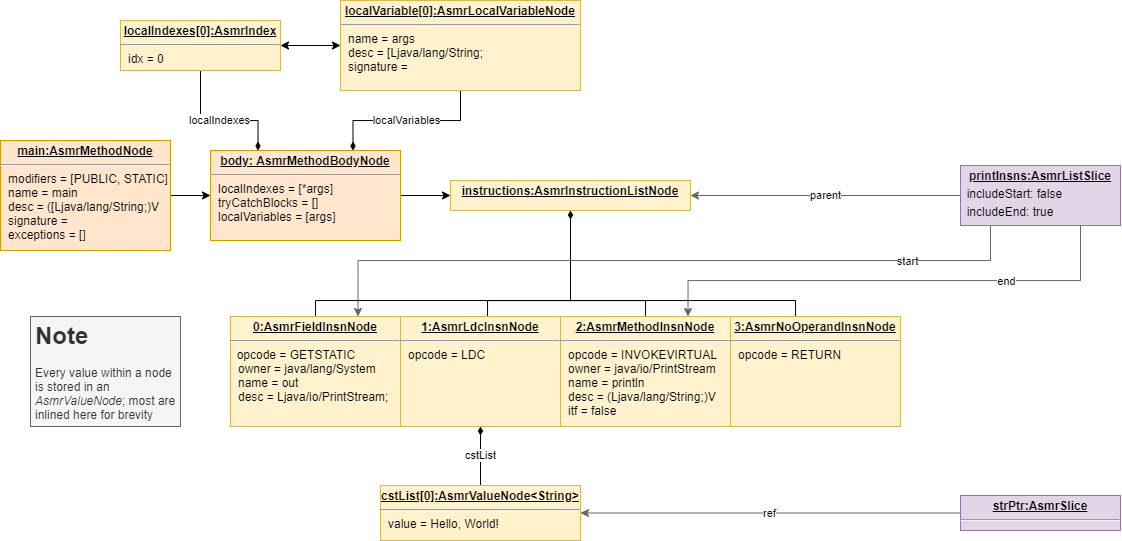
QuiltMC/rfcs keeps this draw.io diagram as rfc/0014-assets/asmr_object_diagram.png. Above is the earlier version. Source tidied: cells renumbered, new cells last; positions are measured from the earlier drawing's top-left corner, leaving out a move shared by most shapes.
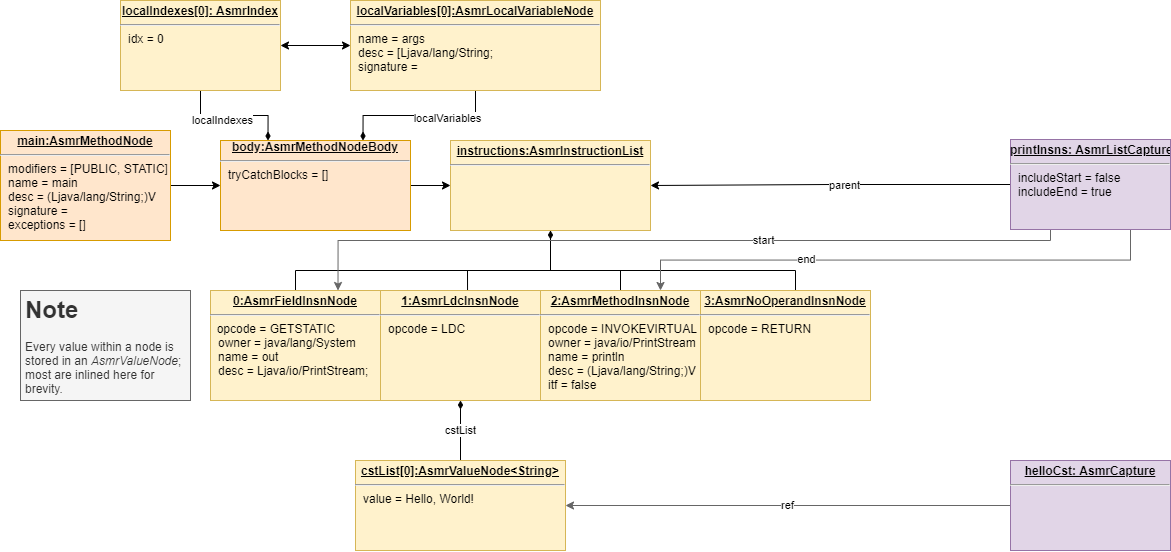
The same file after the commit.

The edit, as a diff of the source:
```diff
@@ -2,129 +2,134 @@
   <root>
     <mxCell id="0" />
     <mxCell id="1" parent="0" />
-    <mxCell id="2" style="edgeStyle=orthogonalEdgeStyle;rounded=0;jettySize=auto;html=1;entryX=0;entryY=0.5;entryDx=0;entryDy=0;" parent="1" edge="1" source="3">
-      <mxGeometry relative="1" as="geometry">
-        <mxPoint x="210" y="195" as="targetPoint" />
-      </mxGeometry>
+    <mxCell id="2" style="edgeStyle=orthogonalEdgeStyle;rounded=0;jettySize=auto;html=1;entryX=0;entryY=0.5;entryDx=0;entryDy=0;" parent="1" edge="1" source="3" target="33">
+      <mxGeometry relative="1" as="geometry" />
     </mxCell>
-    <mxCell id="3" value="&lt;p style=&quot;margin: 0px ; margin-top: 4px ; text-align: center ; text-decoration: underline&quot;&gt;&lt;b&gt;main:AsmrMethodNode&lt;/b&gt;&lt;/p&gt;&lt;hr&gt;&lt;p style=&quot;margin: 0px ; margin-left: 8px&quot;&gt;modifiers = [PUBLIC, STATIC]&lt;br&gt;name = main&lt;br&gt;desc = ([Ljava/lang/String;)V&lt;/p&gt;&lt;p style=&quot;margin: 0px ; margin-left: 8px&quot;&gt;signature =&lt;/p&gt;&lt;p style=&quot;margin: 0px ; margin-left: 8px&quot;&gt;exceptions = []&lt;/p&gt;" style="verticalAlign=top;align=left;overflow=fill;fontSize=12;fontFamily=Helvetica;html=1;fillColor=#ffe6cc;strokeColor=#d79b00;" parent="1" vertex="1">
+    <mxCell id="3" value="&lt;p style=&quot;margin: 0px ; margin-top: 4px ; text-align: center ; text-decoration: underline&quot;&gt;&lt;b&gt;main:AsmrMethodNode&lt;/b&gt;&lt;/p&gt;&lt;hr&gt;&lt;p style=&quot;margin: 0px ; margin-left: 8px&quot;&gt;modifiers = [PUBLIC, STATIC]&lt;br&gt;name = main&lt;br&gt;desc = (Ljava/lang/String;)V&lt;/p&gt;&lt;p style=&quot;margin: 0px ; margin-left: 8px&quot;&gt;signature =&lt;/p&gt;&lt;p style=&quot;margin: 0px ; margin-left: 8px&quot;&gt;exceptions = []&lt;/p&gt;" style="verticalAlign=top;align=left;overflow=fill;fontSize=12;fontFamily=Helvetica;html=1;fillColor=#ffe6cc;strokeColor=#d79b00;" parent="1" vertex="1">
       <mxGeometry y="140" width="170" height="110" as="geometry" />
     </mxCell>
-    <mxCell id="4" style="edgeStyle=orthogonalEdgeStyle;rounded=0;jettySize=auto;html=1;entryX=0;entryY=0.5;entryDx=0;entryDy=0;exitX=1;exitY=0.5;exitDx=0;exitDy=0;" parent="1" edge="1" source="18" target="9">
-      <mxGeometry relative="1" as="geometry" />
+    <mxCell id="4" style="edgeStyle=orthogonalEdgeStyle;rounded=0;jettySize=auto;html=1;entryX=0;entryY=0.5;entryDx=0;entryDy=0;" parent="1" edge="1" target="9">
+      <mxGeometry relative="1" as="geometry">
+        <mxPoint x="410" y="195" as="sourcePoint" />
+      </mxGeometry>
     </mxCell>
     <mxCell id="5" style="edgeStyle=orthogonalEdgeStyle;rounded=0;jettySize=auto;html=1;entryX=0.5;entryY=0;entryDx=0;entryDy=0;endArrow=none;endFill=0;" parent="1" edge="1" source="9" target="10">
       <mxGeometry relative="1" as="geometry">
         <Array as="points">
-          <mxPoint x="570" y="300" />
-          <mxPoint x="315" y="300" />
+          <mxPoint x="550" y="280" />
+          <mxPoint x="295" y="280" />
         </Array>
       </mxGeometry>
     </mxCell>
     <mxCell id="6" style="edgeStyle=orthogonalEdgeStyle;rounded=0;jettySize=auto;html=1;entryX=0.544;entryY=0;entryDx=0;entryDy=0;entryPerimeter=0;endArrow=none;endFill=0;" parent="1" edge="1" source="9" target="12">
       <mxGeometry relative="1" as="geometry">
         <Array as="points">
-          <mxPoint x="570" y="300" />
-          <mxPoint x="487" y="300" />
+          <mxPoint x="550" y="280" />
+          <mxPoint x="467" y="280" />
         </Array>
       </mxGeometry>
     </mxCell>
     <mxCell id="7" style="edgeStyle=orthogonalEdgeStyle;rounded=0;jettySize=auto;html=1;endArrow=none;endFill=0;" parent="1" edge="1" source="9" target="14">
       <mxGeometry relative="1" as="geometry">
         <Array as="points">
-          <mxPoint x="570" y="300" />
-          <mxPoint x="645" y="300" />
+          <mxPoint x="550" y="280" />
+          <mxPoint x="620" y="280" />
         </Array>
       </mxGeometry>
     </mxCell>
     <mxCell id="8" style="edgeStyle=orthogonalEdgeStyle;rounded=0;jettySize=auto;html=1;endArrow=none;endFill=0;startArrow=diamondThin;startFill=1;" parent="1" edge="1" source="9" target="15">
       <mxGeometry relative="1" as="geometry">
         <Array as="points">
-          <mxPoint x="570" y="300" />
-          <mxPoint x="795" y="300" />
+          <mxPoint x="550" y="280" />
+          <mxPoint x="795" y="280" />
         </Array>
       </mxGeometry>
     </mxCell>
-    <mxCell id="9" value="&lt;p style=&quot;margin: 0px ; margin-top: 4px ; text-align: center ; text-decoration: underline&quot;&gt;&lt;b&gt;instructions:AsmrInstructionListNode&lt;/b&gt;&lt;/p&gt;&lt;p style=&quot;margin: 0px ; margin-left: 8px&quot;&gt;&lt;br&gt;&lt;/p&gt;" style="verticalAlign=top;align=left;overflow=fill;fontSize=12;fontFamily=Helvetica;html=1;fillColor=#fff2cc;strokeColor=#d6b656;" parent="1" vertex="1">
-      <mxGeometry x="450" y="180" width="240" height="30" as="geometry" />
+    <mxCell id="9" value="&lt;p style=&quot;margin: 0px ; margin-top: 4px ; text-align: center ; text-decoration: underline&quot;&gt;&lt;b&gt;instructions:AsmrInstructionList&lt;/b&gt;&lt;/p&gt;&lt;hr&gt;&lt;p style=&quot;margin: 0px ; margin-left: 8px&quot;&gt;&lt;br&gt;&lt;/p&gt;" style="verticalAlign=top;align=left;overflow=fill;fontSize=12;fontFamily=Helvetica;html=1;fillColor=#fff2cc;strokeColor=#d6b656;" parent="1" vertex="1">
+      <mxGeometry x="450" y="150" width="200" height="90" as="geometry" />
     </mxCell>
     <mxCell id="10" value="&lt;p style=&quot;margin: 0px ; margin-top: 4px ; text-align: center ; text-decoration: underline&quot;&gt;&lt;b&gt;0:AsmrFieldInsnNode&lt;/b&gt;&lt;/p&gt;&lt;hr&gt;&amp;nbsp; opcode = GETSTATIC&lt;p style=&quot;margin: 0px ; margin-left: 8px&quot;&gt;owner = java/lang/System&lt;/p&gt;&lt;p style=&quot;margin: 0px ; margin-left: 8px&quot;&gt;name = out&lt;br&gt;desc = Ljava/io/PrintStream;&lt;br&gt;&lt;/p&gt;" style="verticalAlign=top;align=left;overflow=fill;fontSize=12;fontFamily=Helvetica;html=1;fillColor=#fff2cc;strokeColor=#d6b656;" parent="1" vertex="1">
-      <mxGeometry x="230" y="316" width="170" height="110" as="geometry" />
+      <mxGeometry x="210" y="300" width="170" height="110" as="geometry" />
     </mxCell>
     <mxCell id="11" value="cstList" style="edgeStyle=orthogonalEdgeStyle;rounded=0;jettySize=auto;html=1;entryX=0.5;entryY=0;entryDx=0;entryDy=0;startArrow=diamondThin;startFill=1;endArrow=none;endFill=0;" parent="1" edge="1" source="12" target="28">
       <mxGeometry relative="1" as="geometry" />
     </mxCell>
     <mxCell id="12" value="&lt;p style=&quot;margin: 0px ; margin-top: 4px ; text-align: center ; text-decoration: underline&quot;&gt;&lt;b&gt;1:AsmrLdcInsnNode&lt;/b&gt;&lt;/p&gt;&lt;hr&gt;&lt;p style=&quot;margin: 0px ; margin-left: 8px&quot;&gt;opcode = LDC&lt;br&gt;&lt;/p&gt;" style="verticalAlign=top;align=left;overflow=fill;fontSize=12;fontFamily=Helvetica;html=1;fillColor=#fff2cc;strokeColor=#d6b656;" parent="1" vertex="1">
-      <mxGeometry x="400" y="316" width="160" height="110" as="geometry" />
+      <mxGeometry x="380" y="300" width="160" height="110" as="geometry" />
     </mxCell>
-    <mxCell id="13" value="&lt;h1&gt;Note&lt;/h1&gt;&lt;p&gt;Every value within a node is stored in an &lt;i&gt;AsmrValueNode&lt;/i&gt;; most are inlined here for brevity&lt;/p&gt;" style="text;html=1;strokeColor=#666666;fillColor=#f5f5f5;spacing=5;spacingTop=-20;whiteSpace=wrap;overflow=hidden;rounded=0;fontColor=#333333;" parent="1" vertex="1">
-      <mxGeometry x="30" y="316" width="150" height="110" as="geometry" />
+    <mxCell id="13" value="&lt;h1&gt;Note&lt;/h1&gt;&lt;p&gt;Every value within a node is stored in an &lt;i&gt;AsmrValueNode&lt;/i&gt;; most are inlined here for brevity.&lt;/p&gt;" style="text;html=1;strokeColor=#666666;fillColor=#f5f5f5;spacing=5;spacingTop=-20;whiteSpace=wrap;overflow=hidden;rounded=0;fontColor=#333333;" parent="1" vertex="1">
+      <mxGeometry x="20" y="300" width="170" height="110" as="geometry" />
     </mxCell>
     <mxCell id="14" value="&lt;p style=&quot;margin: 0px ; margin-top: 4px ; text-align: center ; text-decoration: underline&quot;&gt;&lt;b&gt;2:AsmrMethodInsnNode&lt;/b&gt;&lt;/p&gt;&lt;hr&gt;&lt;p style=&quot;margin: 0px ; margin-left: 8px&quot;&gt;opcode = INVOKEVIRTUAL&lt;br&gt;owner = java/io/PrintStream&lt;br&gt;name = println&lt;/p&gt;&lt;p style=&quot;margin: 0px ; margin-left: 8px&quot;&gt;desc = (Ljava/lang/String;)V&lt;/p&gt;&lt;p style=&quot;margin: 0px ; margin-left: 8px&quot;&gt;itf = false&lt;/p&gt;" style="verticalAlign=top;align=left;overflow=fill;fontSize=12;fontFamily=Helvetica;html=1;fillColor=#fff2cc;strokeColor=#d6b656;" parent="1" vertex="1">
-      <mxGeometry x="560" y="316" width="170" height="110" as="geometry" />
+      <mxGeometry x="540" y="300" width="160" height="110" as="geometry" />
     </mxCell>
     <mxCell id="15" value="&lt;p style=&quot;margin: 0px ; margin-top: 4px ; text-align: center ; text-decoration: underline&quot;&gt;&lt;b&gt;3:&lt;/b&gt;&lt;b&gt;&lt;u&gt;AsmrNoOperandInsnNode&lt;/u&gt;&lt;/b&gt;&lt;/p&gt;&lt;hr&gt;&lt;p style=&quot;margin: 0px ; margin-left: 8px&quot;&gt;opcode = RETURN&lt;/p&gt;" style="verticalAlign=top;align=left;overflow=fill;fontSize=12;fontFamily=Helvetica;html=1;fillColor=#fff2cc;strokeColor=#d6b656;" parent="1" vertex="1">
-      <mxGeometry x="730" y="316" width="170" height="110" as="geometry" />
+      <mxGeometry x="700" y="300" width="170" height="110" as="geometry" />
     </mxCell>
+    <mxCell id="31" style="edgeStyle=orthogonalEdgeStyle;rounded=0;jettySize=auto;html=1;exitX=0.75;exitY=0;exitDx=0;exitDy=0;entryX=0.5;entryY=1;entryDx=0;entryDy=0;startArrow=diamondThin;startFill=1;endArrow=none;endFill=0;" parent="1" edge="1" source="33" target="36">
+      <mxGeometry relative="1" as="geometry" />
+    </mxCell>
-    <mxCell id="16" value="localVariables" style="edgeStyle=orthogonalEdgeStyle;rounded=0;jettySize=auto;html=1;exitX=0.75;exitY=0;exitDx=0;exitDy=0;endArrow=none;endFill=0;entryX=0.5;entryY=1;entryDx=0;entryDy=0;startArrow=diamondThin;startFill=1;" parent="1" edge="1" source="18" target="25">
-      <mxGeometry relative="1" as="geometry" />
+    <mxCell id="16" value="localVariables" style="edgeLabel;html=1;align=center;verticalAlign=middle;" parent="31" vertex="1">
+      <mxGeometry x="0.34" y="-2" relative="1" as="geometry" />
     </mxCell>
+    <mxCell id="32" style="edgeStyle=orthogonalEdgeStyle;rounded=0;jettySize=auto;html=1;exitX=0.25;exitY=0;exitDx=0;exitDy=0;entryX=0.5;entryY=1;entryDx=0;entryDy=0;startArrow=diamondThin;startFill=1;endArrow=none;endFill=0;" parent="1" edge="1" source="33" target="35">
+      <mxGeometry relative="1" as="geometry" />
+    </mxCell>
-    <mxCell id="17" value="localIndexes" style="edgeStyle=orthogonalEdgeStyle;rounded=0;jettySize=auto;html=1;exitX=0.25;exitY=0;exitDx=0;exitDy=0;entryX=0.5;entryY=1;entryDx=0;entryDy=0;startArrow=diamondThin;startFill=1;endArrow=none;endFill=0;" parent="1" edge="1" source="18" target="27">
-      <mxGeometry relative="1" as="geometry">
-        <Array as="points">
-          <mxPoint x="258" y="120" />
-          <mxPoint x="200" y="120" />
-        </Array>
-      </mxGeometry>
+    <mxCell id="17" value="localIndexes" style="edgeLabel;html=1;align=center;verticalAlign=middle;" parent="32" vertex="1">
+      <mxGeometry x="0.22" y="4" relative="1" as="geometry" />
     </mxCell>
-    <mxCell id="18" value="&lt;p style=&quot;margin: 0px ; margin-top: 4px ; text-align: center ; text-decoration: underline&quot;&gt;&lt;b&gt;body: AsmrMethodBodyNode&lt;/b&gt;&lt;/p&gt;&lt;hr&gt;&lt;p style=&quot;margin: 0px ; margin-left: 8px&quot;&gt;localIndexes = [*args]&lt;br&gt;tryCatchBlocks = []&lt;br&gt;localVariables = [args]&lt;/p&gt;" style="verticalAlign=top;align=left;overflow=fill;fontSize=12;fontFamily=Helvetica;html=1;fillColor=#ffe6cc;strokeColor=#d79b00;" parent="1" vertex="1">
-      <mxGeometry x="210" y="150" width="190" height="90" as="geometry" />
-    </mxCell>
+    <mxCell id="33" value="&lt;div style=&quot;text-align: center&quot;&gt;&lt;b&gt;&lt;u&gt;body:AsmrMethodNodeBody&lt;/u&gt;&lt;/b&gt;&lt;/div&gt;&lt;hr&gt;&lt;p style=&quot;margin: 0px ; margin-left: 8px&quot;&gt;tryCatchBlocks = []&lt;/p&gt;" style="verticalAlign=top;align=left;overflow=fill;fontSize=12;fontFamily=Helvetica;html=1;fillColor=#ffe6cc;strokeColor=#d79b00;" parent="1" vertex="1">
+      <mxGeometry x="220" y="150" width="190" height="90" as="geometry" />
+    </mxCell>
+    <mxCell id="28" value="&lt;p style=&quot;margin: 0px ; margin-top: 4px ; text-align: center ; text-decoration: underline&quot;&gt;&lt;b&gt;cstList[0]:AsmrValueNode&amp;lt;String&amp;gt;&lt;/b&gt;&lt;/p&gt;&lt;hr&gt;&lt;p style=&quot;margin: 0px ; margin-left: 8px&quot;&gt;value = Hello, World!&lt;/p&gt;" style="verticalAlign=top;align=left;overflow=fill;fontSize=12;fontFamily=Helvetica;html=1;fillColor=#fff2cc;strokeColor=#d6b656;" parent="1" vertex="1">
+      <mxGeometry x="355" y="470" width="210" height="90" as="geometry" />
+    </mxCell>
+    <mxCell id="34" style="edgeStyle=orthogonalEdgeStyle;rounded=0;jettySize=auto;html=1;entryX=0;entryY=0.5;entryDx=0;entryDy=0;startArrow=classic;startFill=1;endArrow=classic;endFill=1;" parent="1" edge="1" source="35" target="36">
+      <mxGeometry relative="1" as="geometry" />
+    </mxCell>
+    <mxCell id="35" value="&lt;p style=&quot;margin: 0px ; margin-top: 4px ; text-align: center ; text-decoration: underline&quot;&gt;&lt;b&gt;localIndexes[0]: AsmrIndex&lt;/b&gt;&lt;/p&gt;&lt;hr&gt;&lt;p style=&quot;margin: 0px ; margin-left: 8px&quot;&gt;idx = 0&lt;/p&gt;" style="verticalAlign=top;align=left;overflow=fill;fontSize=12;fontFamily=Helvetica;html=1;fillColor=#fff2cc;strokeColor=#d6b656;" parent="1" vertex="1">
+      <mxGeometry x="120" y="10" width="160" height="90" as="geometry" />
+    </mxCell>
+    <mxCell id="36" value="&lt;p style=&quot;margin: 0px ; margin-top: 4px ; text-align: center ; text-decoration: underline&quot;&gt;&lt;b&gt;localVariables[0]:AsmrLocalVariableNode&lt;/b&gt;&lt;/p&gt;&lt;hr&gt;&lt;p style=&quot;margin: 0px ; margin-left: 8px&quot;&gt;name = args&lt;br&gt;desc = [Ljava/lang/String;&lt;br&gt;signature =&lt;/p&gt;" style="verticalAlign=top;align=left;overflow=fill;fontSize=12;fontFamily=Helvetica;html=1;fillColor=#fff2cc;strokeColor=#d6b656;" parent="1" vertex="1">
+      <mxGeometry x="350" y="10" width="250" height="90" as="geometry" />
+    </mxCell>
+    <mxCell id="37" style="edgeStyle=orthogonalEdgeStyle;rounded=0;jettySize=auto;html=1;entryX=1;entryY=0.5;entryDx=0;entryDy=0;startArrow=none;startFill=0;endArrow=classic;endFill=1;" parent="1" edge="1" source="40" target="9">
+      <mxGeometry relative="1" as="geometry" />
+    </mxCell>
-    <mxCell id="19" value="parent" style="edgeStyle=orthogonalEdgeStyle;rounded=0;jettySize=auto;html=1;entryX=1;entryY=0.5;entryDx=0;entryDy=0;strokeColor=#666666;" parent="1" edge="1" source="24" target="9">
-      <mxGeometry relative="1" as="geometry" />
+    <mxCell id="19" value="parent" style="edgeLabel;html=1;align=center;verticalAlign=middle;" parent="37" vertex="1">
+      <mxGeometry x="-0.08" y="3" relative="1" as="geometry">
+        <mxPoint x="-1" y="-3" as="offset" />
+      </mxGeometry>
     </mxCell>
-    <mxCell id="20" style="edgeStyle=orthogonalEdgeStyle;rounded=0;jettySize=auto;html=1;entryX=0.75;entryY=0;entryDx=0;entryDy=0;endArrow=classic;endFill=1;strokeColor=#666666;" parent="1" edge="1" source="24" target="10">
-      <mxGeometry relative="1" as="geometry">
-        <Array as="points">
-          <mxPoint x="990" y="260" />
-          <mxPoint x="358" y="260" />
-        </Array>
-      </mxGeometry>
-    </mxCell>
+    <mxCell id="38" style="edgeStyle=orthogonalEdgeStyle;rounded=0;jettySize=auto;html=1;exitX=0.25;exitY=1;exitDx=0;exitDy=0;entryX=0.75;entryY=0;entryDx=0;entryDy=0;startArrow=none;startFill=0;endArrow=classic;endFill=1;strokeColor=#666666;" parent="1" edge="1" source="40" target="10">
+      <mxGeometry relative="1" as="geometry">
+        <Array as="points">
+          <mxPoint x="1050" y="250" />
+          <mxPoint x="338" y="250" />
+        </Array>
+      </mxGeometry>
+    </mxCell>
-    <mxCell id="21" value="start" style="edgeLabel;html=1;align=center;verticalAlign=middle;" parent="20" vertex="1">
-      <mxGeometry x="-0.67" relative="1" as="geometry" />
+    <mxCell id="21" value="start" style="edgeLabel;html=1;align=center;verticalAlign=middle;" parent="38" vertex="1">
+      <mxGeometry x="-0.41" relative="1" as="geometry">
+        <mxPoint x="-69" y="-1" as="offset" />
+      </mxGeometry>
     </mxCell>
-    <mxCell id="22" style="edgeStyle=orthogonalEdgeStyle;rounded=0;jettySize=auto;html=1;exitX=0.75;exitY=1;exitDx=0;exitDy=0;entryX=0.75;entryY=0;entryDx=0;entryDy=0;endArrow=classic;endFill=1;strokeColor=#666666;" parent="1" edge="1" source="24" target="14">
-      <mxGeometry relative="1" as="geometry">
-        <Array as="points">
-          <mxPoint x="1080" y="280" />
-          <mxPoint x="688" y="280" />
-        </Array>
-      </mxGeometry>
-    </mxCell>
+    <mxCell id="39" style="edgeStyle=orthogonalEdgeStyle;rounded=0;jettySize=auto;html=1;exitX=0.75;exitY=1;exitDx=0;exitDy=0;entryX=0.75;entryY=0;entryDx=0;entryDy=0;startArrow=none;startFill=0;endArrow=classic;endFill=1;strokeColor=#666666;" parent="1" edge="1" source="40" target="14">
+      <mxGeometry relative="1" as="geometry" />
+    </mxCell>
-    <mxCell id="23" value="end" style="edgeLabel;html=1;align=center;verticalAlign=middle;" parent="22" vertex="1">
-      <mxGeometry x="-0.46" relative="1" as="geometry" />
+    <mxCell id="23" value="end" style="edgeLabel;html=1;align=center;verticalAlign=middle;" parent="39" vertex="1">
+      <mxGeometry x="0.35" y="-2" relative="1" as="geometry">
+        <mxPoint x="3" y="1" as="offset" />
+      </mxGeometry>
     </mxCell>
-    <mxCell id="24" value="&lt;p style=&quot;margin: 0px ; margin-top: 4px ; text-align: center ; text-decoration: underline&quot;&gt;&lt;b&gt;printInsns:AsmrListSlice&lt;/b&gt;&lt;/p&gt;&lt;p style=&quot;margin: 4px 0px 0px&quot;&gt;&amp;nbsp; includeStart: false&lt;/p&gt;&lt;p style=&quot;margin: 4px 0px 0px&quot;&gt;&amp;nbsp; includeEnd: true&lt;/p&gt;" style="verticalAlign=top;align=left;overflow=fill;fontSize=12;fontFamily=Helvetica;html=1;fillColor=#e1d5e7;strokeColor=#9673a6;" parent="1" vertex="1">
-      <mxGeometry x="960" y="165" width="160" height="60" as="geometry" />
-    </mxCell>
-    <mxCell id="25" value="&lt;p style=&quot;margin: 0px ; margin-top: 4px ; text-align: center ; text-decoration: underline&quot;&gt;&lt;b&gt;localVariable[0]:AsmrLocalVariableNode&lt;/b&gt;&lt;/p&gt;&lt;hr&gt;&lt;p style=&quot;margin: 0px ; margin-left: 8px&quot;&gt;name = args&lt;br&gt;desc = [Ljava/lang/String;&lt;br&gt;signature =&amp;nbsp;&lt;/p&gt;" style="verticalAlign=top;align=left;overflow=fill;fontSize=12;fontFamily=Helvetica;html=1;fillColor=#fff2cc;strokeColor=#d6b656;" parent="1" vertex="1">
-      <mxGeometry x="340" width="240" height="90" as="geometry" />
-    </mxCell>
-    <mxCell id="26" style="edgeStyle=orthogonalEdgeStyle;rounded=0;jettySize=auto;html=1;entryX=0;entryY=0.5;entryDx=0;entryDy=0;startArrow=classic;startFill=1;endArrow=classic;endFill=1;" parent="1" edge="1" source="27" target="25">
-      <mxGeometry relative="1" as="geometry" />
-    </mxCell>
-    <mxCell id="27" value="&lt;p style=&quot;margin: 0px ; margin-top: 4px ; text-align: center ; text-decoration: underline&quot;&gt;&lt;b&gt;localIndexes[0]:AsmrIndex&lt;/b&gt;&lt;/p&gt;&lt;hr&gt;&lt;p style=&quot;margin: 0px ; margin-left: 8px&quot;&gt;idx = 0&lt;/p&gt;" style="verticalAlign=top;align=left;overflow=fill;fontSize=12;fontFamily=Helvetica;html=1;fillColor=#fff2cc;strokeColor=#d6b656;" parent="1" vertex="1">
-      <mxGeometry x="120" y="20" width="160" height="50" as="geometry" />
-    </mxCell>
-    <mxCell id="28" value="&lt;p style=&quot;margin: 0px ; margin-top: 4px ; text-align: center ; text-decoration: underline&quot;&gt;&lt;b&gt;cstList[0]:AsmrValueNode&amp;lt;String&amp;gt;&lt;/b&gt;&lt;/p&gt;&lt;hr&gt;&lt;p style=&quot;margin: 0px ; margin-left: 8px&quot;&gt;value = Hello, World!&lt;/p&gt;" style="verticalAlign=top;align=left;overflow=fill;fontSize=12;fontFamily=Helvetica;html=1;fillColor=#fff2cc;strokeColor=#d6b656;" parent="1" vertex="1">
-      <mxGeometry x="380" y="485" width="200" height="55" as="geometry" />
-    </mxCell>
+    <mxCell id="40" value="&lt;p style=&quot;margin: 0px ; margin-top: 4px ; text-align: center ; text-decoration: underline&quot;&gt;&lt;b&gt;printInsns: AsmrListCapture&lt;/b&gt;&lt;/p&gt;&lt;hr&gt;&lt;p style=&quot;margin: 0px ; margin-left: 8px&quot;&gt;includeStart = false&lt;br&gt;includeEnd = true&lt;br&gt;&lt;/p&gt;" style="verticalAlign=top;align=left;overflow=fill;fontSize=12;fontFamily=Helvetica;html=1;fillColor=#e1d5e7;strokeColor=#9673a6;" parent="1" vertex="1">
+      <mxGeometry x="1010" y="149" width="160" height="90" as="geometry" />
+    </mxCell>
-    <mxCell id="29" value="ref" style="edgeStyle=orthogonalEdgeStyle;rounded=0;jettySize=auto;html=1;entryX=1;entryY=0.5;entryDx=0;entryDy=0;startArrow=none;startFill=0;endArrow=classic;endFill=1;strokeColor=#666666;" parent="1" edge="1" source="30" target="28">
+    <mxCell id="29" value="ref" style="edgeStyle=orthogonalEdgeStyle;rounded=0;jettySize=auto;html=1;entryX=1;entryY=0.5;entryDx=0;entryDy=0;startArrow=none;startFill=0;endArrow=classic;endFill=1;strokeColor=#666666;" parent="1" edge="1" source="41" target="28">
       <mxGeometry relative="1" as="geometry" />
     </mxCell>
-    <mxCell id="30" value="&lt;p style=&quot;margin: 0px ; margin-top: 4px ; text-align: center ; text-decoration: underline&quot;&gt;&lt;b&gt;strPtr:AsmrSlice&lt;/b&gt;&lt;/p&gt;&lt;hr&gt;&lt;p style=&quot;margin: 0px ; margin-left: 8px&quot;&gt;&lt;br&gt;&lt;/p&gt;" style="verticalAlign=top;align=left;overflow=fill;fontSize=12;fontFamily=Helvetica;html=1;fillColor=#e1d5e7;strokeColor=#9673a6;" parent="1" vertex="1">
-      <mxGeometry x="960" y="495" width="160" height="35" as="geometry" />
-    </mxCell>
+    <mxCell id="41" value="&lt;p style=&quot;margin: 0px ; margin-top: 4px ; text-align: center ; text-decoration: underline&quot;&gt;&lt;b&gt;helloCst: AsmrCapture&lt;/b&gt;&lt;/p&gt;&lt;hr&gt;&lt;p style=&quot;margin: 0px ; margin-left: 8px&quot;&gt;&lt;br&gt;&lt;/p&gt;" style="verticalAlign=top;align=left;overflow=fill;fontSize=12;fontFamily=Helvetica;html=1;fillColor=#e1d5e7;strokeColor=#9673a6;" parent="1" vertex="1">
+      <mxGeometry x="1010" y="470" width="160" height="90" as="geometry" />
+    </mxCell>
   </root>
 </mxGraphModel>
```
